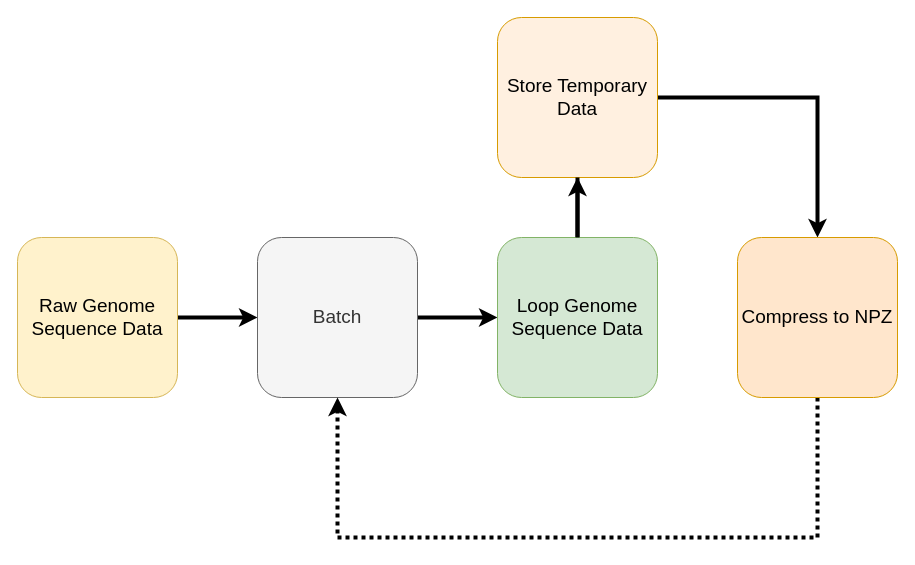
jordan-wei-taylor/genolearn keeps this draw.io diagram as page "preprocessing-horizontal" (4 of 5) of doc/_static/diagrams.drawio. Above is the earlier version. Source tidied: cells renumbered, new cells numbered last; positions are measured from the earlier drawing's top-left corner, leaving out a move shared by most shapes. Both pictures are drawn from the tidied source at 100%, with x=0, y=0 at pixel (17, 17).
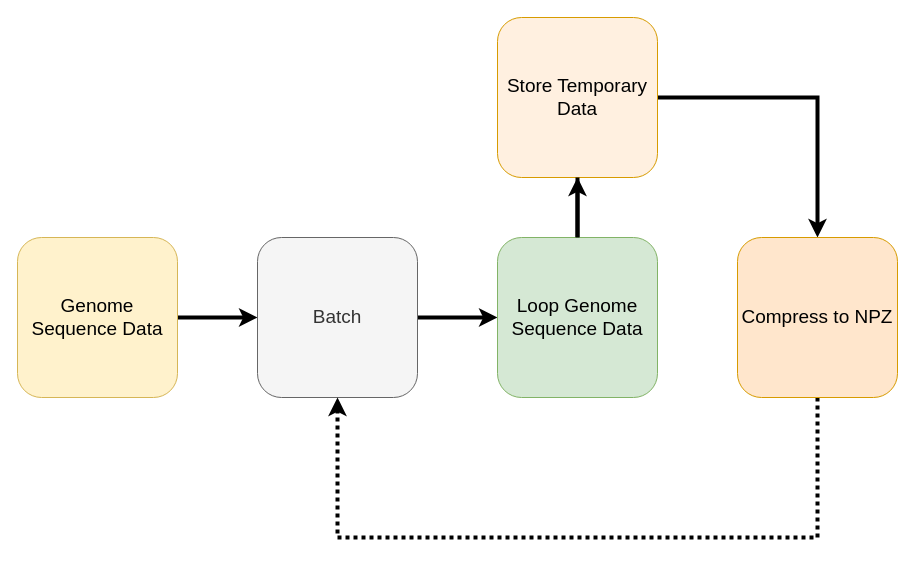
Above is the later version.

Diff of the diagram source:
```diff
@@
 <mxGraphModel>
   <root>
     <mxCell id="0" />
     <mxCell id="1" parent="0" />
     <mxCell id="2" style="edgeStyle=orthogonalEdgeStyle;rounded=0;jettySize=auto;html=1;fontSize=19;strokeWidth=4;" parent="1" edge="1" source="3" target="5">
       <mxGeometry relative="1" as="geometry" />
     </mxCell>
-    <mxCell id="3" value="Raw Genome Sequence Data" style="rounded=1;whiteSpace=wrap;html=1;fontSize=19;fillColor=#fff2cc;strokeColor=#d6b656;" parent="1" vertex="1">
+    <mxCell id="3" value="Genome Sequence Data" style="rounded=1;whiteSpace=wrap;html=1;fontSize=19;fillColor=#fff2cc;strokeColor=#d6b656;" parent="1" vertex="1">
       <mxGeometry y="220" width="160" height="160" as="geometry" />
     </mxCell>
     <mxCell id="4" style="edgeStyle=orthogonalEdgeStyle;rounded=0;jettySize=auto;html=1;fontSize=19;strokeWidth=4;" parent="1" edge="1" source="5" target="11">
       <mxGeometry relative="1" as="geometry" />
     </mxCell>
     <mxCell id="5" value="Batch" style="rounded=1;whiteSpace=wrap;html=1;fontSize=19;fillColor=#f5f5f5;fontColor=#333333;strokeColor=#666666;" parent="1" vertex="1">
       <mxGeometry x="240" y="220" width="160" height="160" as="geometry" />
     </mxCell>
     <mxCell id="6" style="edgeStyle=orthogonalEdgeStyle;rounded=0;jettySize=auto;html=1;fontSize=19;strokeWidth=4;" parent="1" edge="1" source="11" target="8">
       <mxGeometry relative="1" as="geometry" />
     </mxCell>
     <mxCell id="7" style="edgeStyle=orthogonalEdgeStyle;rounded=0;jettySize=auto;html=1;entryX=0.5;entryY=0;entryDx=0;entryDy=0;fontSize=19;strokeWidth=4;" parent="1" edge="1" source="8" target="10">
       <mxGeometry relative="1" as="geometry">
         <Array as="points">
           <mxPoint x="800" y="80" />
         </Array>
       </mxGeometry>
     </mxCell>
     <mxCell id="8" value="Store Temporary Data" style="rounded=1;whiteSpace=wrap;html=1;fontSize=19;fillColor=#ffe6cc;strokeColor=#d79b00;fillOpacity=60;" parent="1" vertex="1">
       <mxGeometry x="480" width="160" height="160" as="geometry" />
     </mxCell>
     <mxCell id="9" style="edgeStyle=orthogonalEdgeStyle;rounded=0;jettySize=auto;html=1;exitX=0.5;exitY=1;exitDx=0;exitDy=0;entryX=0.5;entryY=1;entryDx=0;entryDy=0;strokeWidth=4;dashed=1;dashPattern=1 1;" parent="1" edge="1" source="10" target="5">
       <mxGeometry relative="1" as="geometry">
         <Array as="points">
           <mxPoint x="800" y="520" />
           <mxPoint x="320" y="520" />
         </Array>
       </mxGeometry>
     </mxCell>
     <mxCell id="10" value="Compress to NPZ" style="rounded=1;whiteSpace=wrap;html=1;fontSize=19;fillColor=#ffe6cc;strokeColor=#d79b00;" parent="1" vertex="1">
       <mxGeometry x="720" y="220" width="160" height="160" as="geometry" />
     </mxCell>
     <mxCell id="11" value="Loop Genome Sequence Data" style="rounded=1;whiteSpace=wrap;html=1;fontSize=19;fillColor=#d5e8d4;strokeColor=#82b366;" parent="1" vertex="1">
       <mxGeometry x="480" y="220" width="160" height="160" as="geometry" />
     </mxCell>
     <mxCell id="12" style="edgeStyle=orthogonalEdgeStyle;rounded=0;jettySize=auto;html=1;fontSize=19;strokeWidth=4;endArrow=none;" parent="1" edge="1" source="8" target="11">
       <mxGeometry relative="1" as="geometry" />
     </mxCell>
   </root>
 </mxGraphModel>
```
